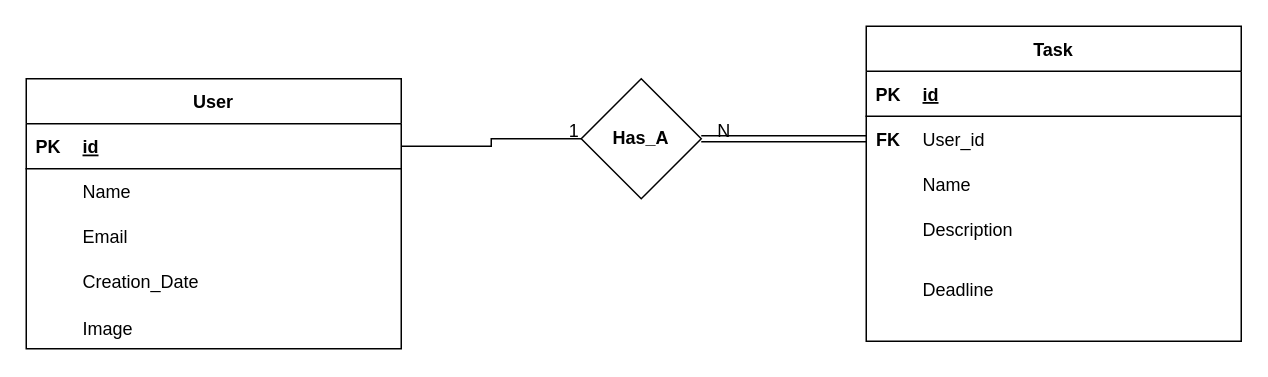
Before: DataBase design.drawio in Khalil3Amer/TODO, a draw.io diagram. Source tidied: cells renumbered, new cells numbered last; positions are measured from the earlier drawing's top-left corner, leaving out a move shared by most shapes. Both pictures are drawn from the tidied source at 150%, with x=0, y=0 at pixel (26, 26).
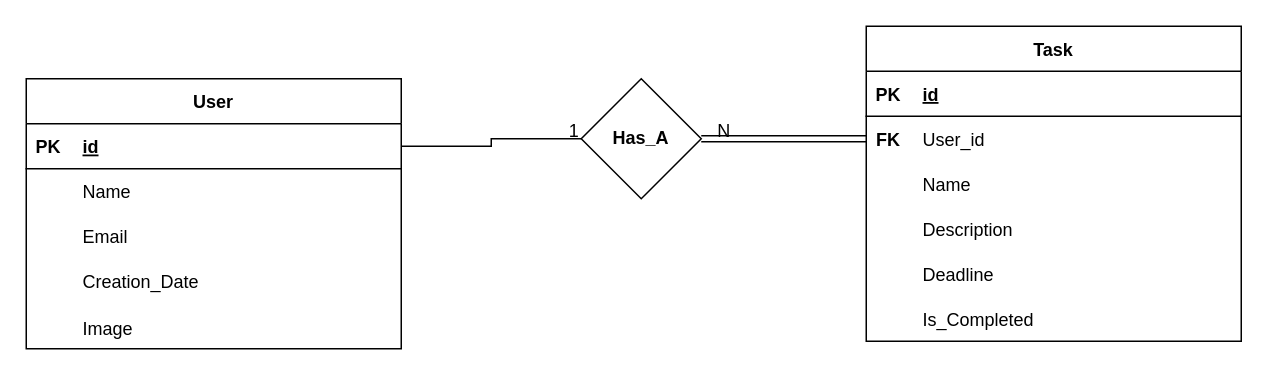
After the change.

Commit message:
Added is completed field

Change to the diagram source:
```diff
@@
     <mxCell id="34" value="Deadline" style="shape=partialRectangle;fillColor=none;top=0;left=0;bottom=0;right=0;align=left;spacingLeft=6;overflow=hidden;" parent="1" vertex="1">
-      <mxGeometry x="590" y="160" width="220" height="30" as="geometry" />
+      <mxGeometry x="590" y="150" width="220" height="30" as="geometry" />
     </mxCell>
+    <mxCell id="35" value="Is_Completed" style="shape=partialRectangle;fillColor=none;top=0;left=0;bottom=0;right=0;align=left;spacingLeft=6;overflow=hidden;" parent="1" vertex="1">
+      <mxGeometry x="590" y="180" width="220" height="30" as="geometry" />
+    </mxCell>
```
